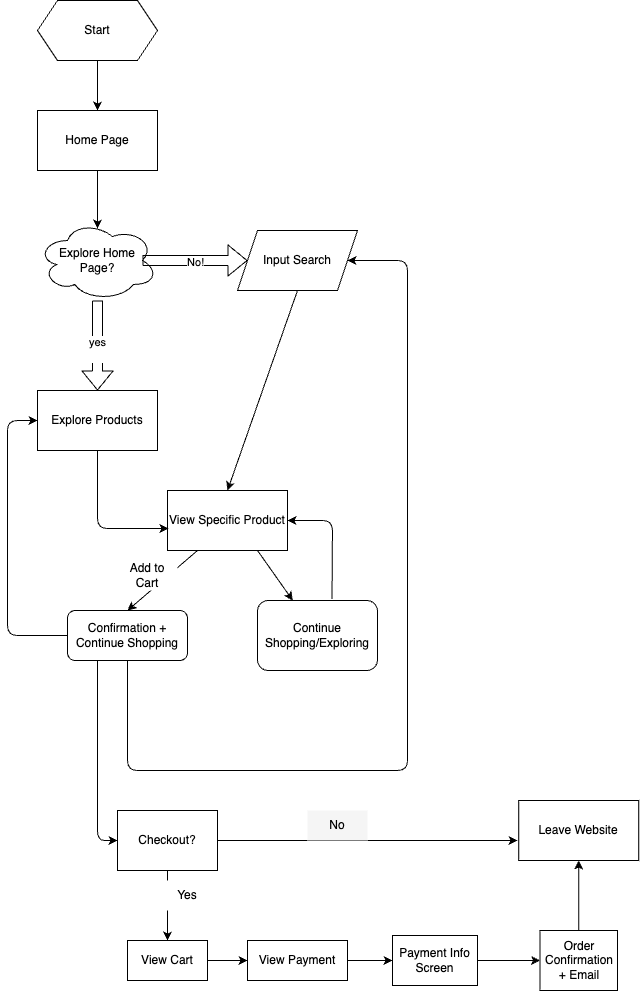
This is explore/diagramming/diagram.drawio.png from GMohandas13/sp25-cse110-lab4, a draw.io export, as it was before one commit. Source tidied: cells renumbered, new cells last; positions are measured from the earlier drawing's top-left corner, leaving out a move shared by most shapes.
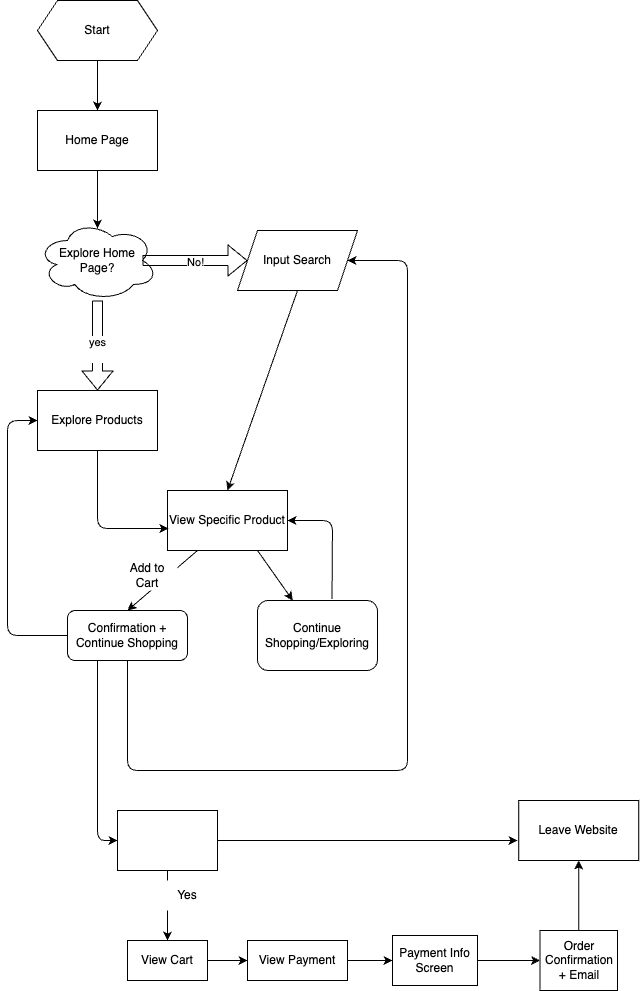
The same diagram one commit later.

Diff of the diagram source:
```diff
@@ -102,7 +102,7 @@
         <mxPoint x="510" y="840" as="targetPoint" />
       </mxGeometry>
     </mxCell>
-    <mxCell id="26" value="Checkout?" style="rounded=0;whiteSpace=wrap;html=1;" parent="1" vertex="1">
+    <mxCell id="26" value="&lt;font style=&quot;color: rgb(255, 255, 255);&quot;&gt;Checkout?&lt;/font&gt;" style="rounded=0;whiteSpace=wrap;html=1;fillColor=none;" parent="1" vertex="1">
       <mxGeometry x="110" y="810" width="100" height="60" as="geometry" />
     </mxCell>
     <mxCell id="27" style="endArrow=classic;html=1;exitX=0.25;exitY=1;exitDx=0;exitDy=0;entryX=0;entryY=0.5;entryDx=0;entryDy=0;" parent="1" edge="1" source="19" target="26">
@@ -142,7 +142,7 @@
     <mxCell id="37" value="Leave Website" style="whiteSpace=wrap;html=1;rounded=0;" parent="1" vertex="1">
       <mxGeometry x="511.2" y="800" width="120" height="60" as="geometry" />
     </mxCell>
-    <mxCell id="38" value="No" style="text;html=1;align=center;verticalAlign=middle;whiteSpace=wrap;rounded=0;fillColor=light-dark(#f5f5f5, #ededed);" parent="1" vertex="1">
+    <mxCell id="38" value="&lt;font style=&quot;color: rgb(255, 255, 255);&quot;&gt;No&lt;/font&gt;" style="text;html=1;align=center;verticalAlign=middle;whiteSpace=wrap;rounded=0;fillColor=none;" parent="1" vertex="1">
       <mxGeometry x="300" y="810" width="60" height="30" as="geometry" />
     </mxCell>
   </root>
```
